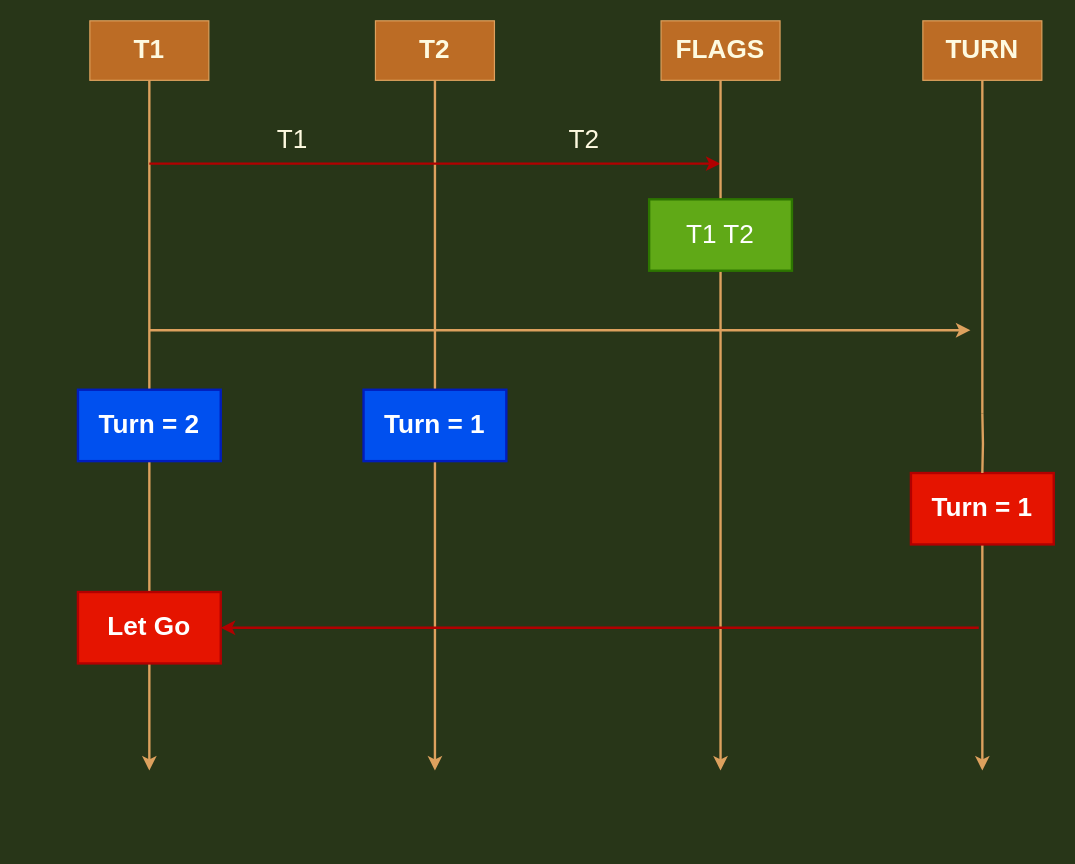
This is peterson-algorithm.drawio from auula/draw.io, a draw.io file, before an edit. Source tidied: cells renumbered, new cells numbered last; positions are measured from the earlier drawing's top-left corner, leaving out a move shared by most shapes. Both pictures are drawn from the tidied source at 119%, with x=0, y=0 at pixel (77, 20).
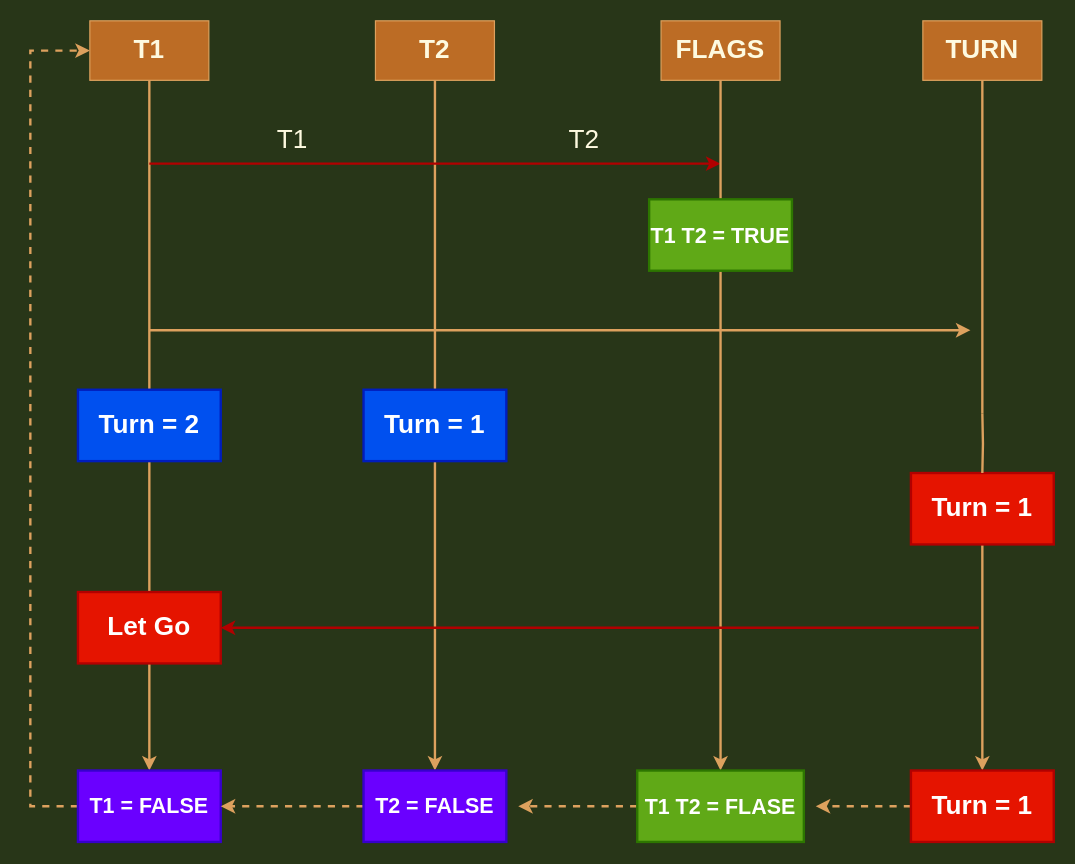
The same page after the edit.

The change refers to these unchanged cells:
```xml
<mxCell id="3" value="&lt;span style=&quot;font-size: 22px;&quot;&gt;&lt;b&gt;T1&lt;/b&gt;&lt;/span&gt;" style="rounded=0;whiteSpace=wrap;html=1;fillColor=#BC6C25;strokeColor=#DDA15E;fontColor=#FEFAE0;" parent="1" vertex="1">
  <mxGeometry x="10" width="100" height="50" as="geometry" />
</mxCell>
```

Change to the diagram source:
```diff
@@
-    <mxCell id="16" value="T1 T2" style="rounded=0;whiteSpace=wrap;html=1;fontSize=22;fontColor=#ffffff;strokeColor=#2D7600;strokeWidth=2;fillColor=#60a917;" parent="1" vertex="1">
+    <mxCell id="16" value="&lt;font style=&quot;font-size: 18px;&quot;&gt;T1 T2 = TRUE&lt;/font&gt;" style="rounded=0;whiteSpace=wrap;html=1;fontSize=22;fontColor=#ffffff;strokeColor=#2D7600;strokeWidth=2;fillColor=#60a917;fontStyle=1;" parent="1" vertex="1">
       <mxGeometry x="480" y="150" width="120" height="60" as="geometry" />
     </mxCell>
@@
+    <mxCell id="23" style="edgeStyle=orthogonalEdgeStyle;rounded=0;jettySize=auto;html=1;entryX=0;entryY=0.5;entryDx=0;entryDy=0;fontSize=18;fontColor=#FF3333;strokeColor=#DDA15E;strokeWidth=2;fillColor=#BC6C25;dashed=1;" parent="1" edge="1" source="24" target="3">
+      <mxGeometry relative="1" as="geometry">
+        <Array as="points">
+          <mxPoint x="-40" y="660" />
+          <mxPoint x="-40" y="25" />
+        </Array>
+      </mxGeometry>
+    </mxCell>
+    <mxCell id="24" value="T1 = FALSE" style="rounded=0;whiteSpace=wrap;html=1;fontSize=18;fontColor=#ffffff;strokeColor=#3700CC;strokeWidth=2;fillColor=#6a00ff;fontStyle=1;" parent="1" vertex="1">
+      <mxGeometry y="630" width="120" height="60" as="geometry" />
+    </mxCell>
+    <mxCell id="25" style="edgeStyle=orthogonalEdgeStyle;rounded=0;jettySize=auto;html=1;entryX=1;entryY=0.5;entryDx=0;entryDy=0;dashed=1;fontSize=18;fontColor=#FF3333;strokeColor=#DDA15E;strokeWidth=2;fillColor=#BC6C25;" parent="1" edge="1" source="26" target="24">
+      <mxGeometry relative="1" as="geometry" />
+    </mxCell>
+    <mxCell id="26" value="T2 = FALSE" style="rounded=0;whiteSpace=wrap;html=1;fontSize=18;fontColor=#ffffff;strokeColor=#3700CC;strokeWidth=2;fillColor=#6a00ff;fontStyle=1;" parent="1" vertex="1">
+      <mxGeometry x="240" y="630" width="120" height="60" as="geometry" />
+    </mxCell>
+    <mxCell id="27" style="edgeStyle=orthogonalEdgeStyle;rounded=0;jettySize=auto;html=1;dashed=1;fontSize=18;fontColor=#FF3333;strokeColor=#DDA15E;strokeWidth=2;fillColor=#BC6C25;" parent="1" edge="1" source="28">
+      <mxGeometry relative="1" as="geometry">
+        <mxPoint x="370" y="660" as="targetPoint" />
+      </mxGeometry>
+    </mxCell>
+    <mxCell id="28" value="&lt;font style=&quot;font-size: 18px;&quot;&gt;T1 T2 = FLASE&lt;/font&gt;" style="rounded=0;whiteSpace=wrap;html=1;fontSize=22;fontColor=#ffffff;strokeColor=#2D7600;strokeWidth=2;fillColor=#60a917;fontStyle=1;" parent="1" vertex="1">
+      <mxGeometry x="470" y="630" width="140" height="60" as="geometry" />
+    </mxCell>
+    <mxCell id="29" style="edgeStyle=orthogonalEdgeStyle;rounded=0;jettySize=auto;html=1;dashed=1;fontSize=18;fontColor=#FF3333;strokeColor=#DDA15E;strokeWidth=2;fillColor=#BC6C25;" parent="1" edge="1" source="30">
+      <mxGeometry relative="1" as="geometry">
+        <mxPoint x="620" y="660" as="targetPoint" />
+      </mxGeometry>
+    </mxCell>
+    <mxCell id="30" value="Turn = 1" style="rounded=0;whiteSpace=wrap;html=1;fontSize=22;fontColor=#ffffff;strokeColor=#B20000;strokeWidth=2;fillColor=#e51400;fontStyle=1;" parent="1" vertex="1">
+      <mxGeometry x="700" y="630" width="120" height="60" as="geometry" />
+    </mxCell>
```
